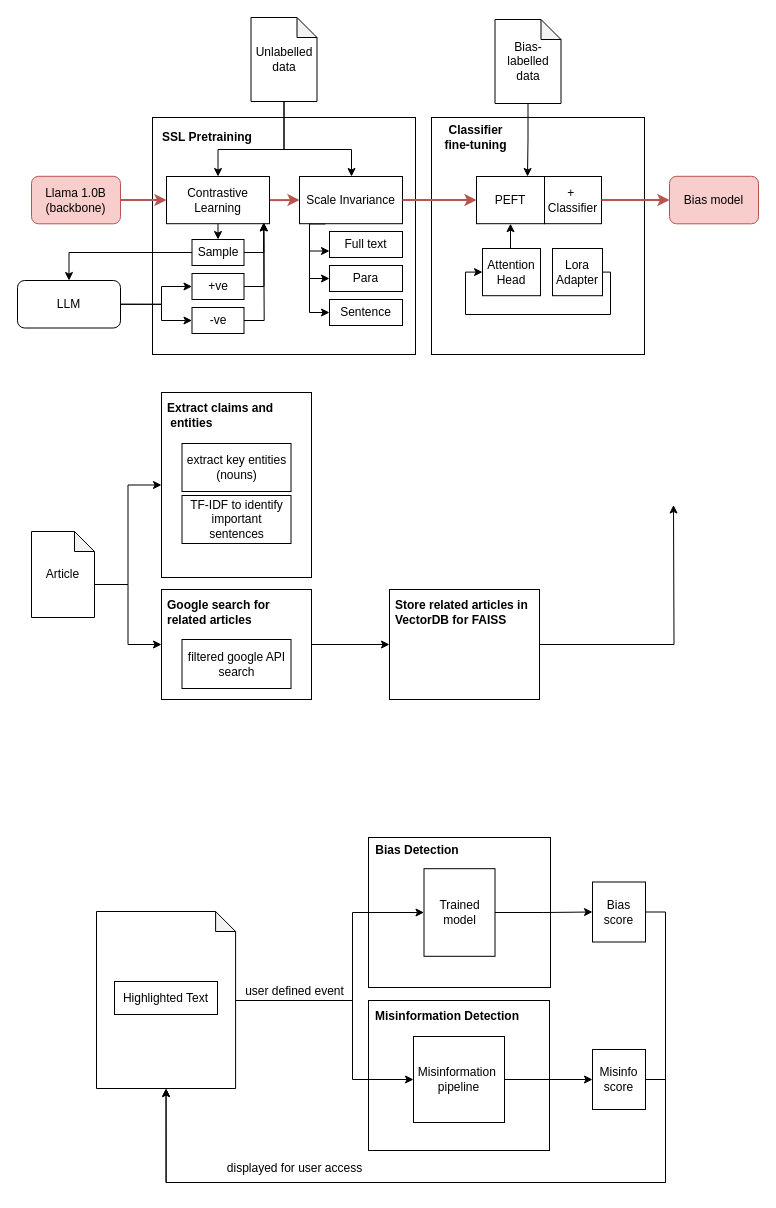
The draw.io diagram Architecture.drawio in cvu-opensource/NTU-DLWeek2025, before the edit. Source tidied: cells renumbered, new cells numbered last; positions are measured from the earlier drawing's top-left corner, leaving out a move shared by most shapes. Both pictures are drawn from the tidied source at 100%, with x=0, y=0 at pixel (17, 17).
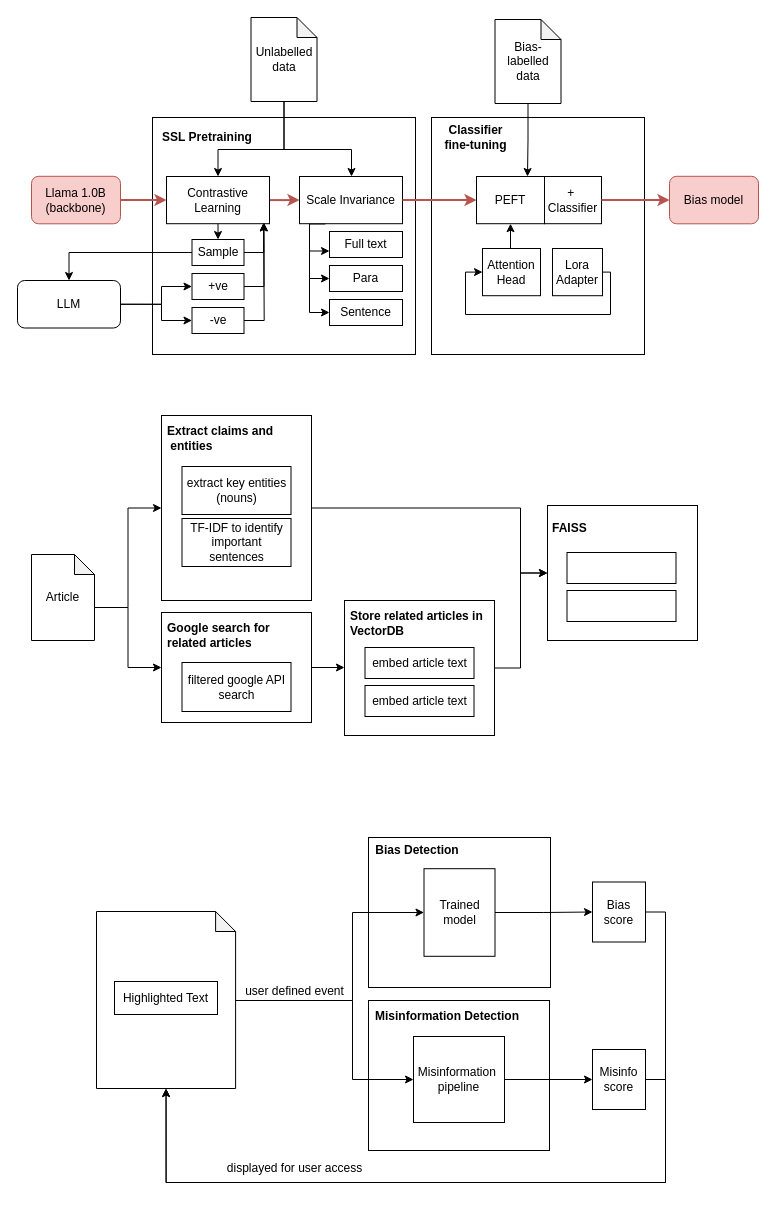
Above is the later version.

The change refers to these unchanged cells:
```xml
<mxCell id="67" style="rounded=0;whiteSpace=wrap;html=1;" parent="66" vertex="1">
  <mxGeometry width="150" height="185" as="geometry" />
</mxCell>
<mxCell id="71" style="group;" parent="1" vertex="1">
  <mxGeometry x="144" y="572" width="150" height="225" as="geometry" />
</mxCell>
```

The edit, as a diff of the source:
```diff
@@
     <mxCell id="66" style="group;" parent="1" vertex="1">
-      <mxGeometry x="144" y="375" width="150" height="185" as="geometry" />
+      <mxGeometry x="144" y="398" width="150" height="185" as="geometry" />
     </mxCell>
@@
     <mxCell id="72" style="rounded=0;whiteSpace=wrap;html=1;" parent="71" vertex="1">
-      <mxGeometry width="150" height="110" as="geometry" />
+      <mxGeometry y="23" width="150" height="110" as="geometry" />
     </mxCell>
     <mxCell id="73" value="&lt;span style=&quot;text-wrap-mode: nowrap;&quot;&gt;&lt;b&gt;Google search for&amp;nbsp;&lt;/b&gt;&lt;/span&gt;&lt;div&gt;&lt;span style=&quot;text-wrap-mode: nowrap;&quot;&gt;&lt;b&gt;related articles&amp;nbsp;&lt;/b&gt;&lt;/span&gt;&lt;/div&gt;" style="text;html=1;align=left;verticalAlign=middle;whiteSpace=wrap;rounded=0;fontStyle=0;" parent="71" vertex="1">
-      <mxGeometry x="4" y="3" width="142" height="40" as="geometry" />
+      <mxGeometry x="4" y="26" width="142" height="40" as="geometry" />
     </mxCell>
     <mxCell id="74" value="filtered google API search" style="rounded=0;whiteSpace=wrap;html=1;" parent="71" vertex="1">
-      <mxGeometry x="20.5" y="50" width="109" height="49" as="geometry" />
+      <mxGeometry x="20.5" y="73" width="109" height="49" as="geometry" />
     </mxCell>
     <mxCell id="75" style="group;" parent="1" vertex="1">
-      <mxGeometry x="14" y="514" width="63" height="86" as="geometry" />
+      <mxGeometry x="14" y="537" width="63" height="86" as="geometry" />
     </mxCell>
@@
     <mxCell id="79" style="group;" parent="1" vertex="1">
-      <mxGeometry x="372" y="572" width="150" height="225" as="geometry" />
+      <mxGeometry x="372" y="560" width="150" height="225" as="geometry" />
     </mxCell>
     <mxCell id="80" style="rounded=0;whiteSpace=wrap;html=1;" parent="79" vertex="1">
-      <mxGeometry width="150" height="110" as="geometry" />
+      <mxGeometry x="-45" y="23" width="150" height="135" as="geometry" />
     </mxCell>
-    <mxCell id="81" value="&lt;span style=&quot;text-wrap-mode: nowrap;&quot;&gt;&lt;b&gt;Store related articles in&amp;nbsp;&lt;/b&gt;&lt;/span&gt;&lt;div&gt;&lt;span style=&quot;text-wrap-mode: nowrap;&quot;&gt;&lt;b&gt;VectorDB for FAISS&lt;/b&gt;&lt;/span&gt;&lt;/div&gt;" style="text;html=1;align=left;verticalAlign=middle;whiteSpace=wrap;rounded=0;fontStyle=0;" parent="79" vertex="1">
-      <mxGeometry x="4" y="3" width="142" height="40" as="geometry" />
+    <mxCell id="81" value="&lt;span style=&quot;text-wrap-mode: nowrap;&quot;&gt;&lt;b&gt;Store related articles in&amp;nbsp;&lt;/b&gt;&lt;/span&gt;&lt;div&gt;&lt;span style=&quot;text-wrap-mode: nowrap;&quot;&gt;&lt;b&gt;VectorDB&lt;/b&gt;&lt;/span&gt;&lt;/div&gt;" style="text;html=1;align=left;verticalAlign=middle;whiteSpace=wrap;rounded=0;fontStyle=0;" parent="79" vertex="1">
+      <mxGeometry x="-41" y="26" width="142" height="40" as="geometry" />
     </mxCell>
+    <mxCell id="84" value="embed article text" style="rounded=0;whiteSpace=wrap;html=1;" parent="79" vertex="1">
+      <mxGeometry x="-24.5" y="70" width="109" height="31" as="geometry" />
+    </mxCell>
+    <mxCell id="85" value="embed article text" style="rounded=0;whiteSpace=wrap;html=1;" parent="79" vertex="1">
+      <mxGeometry x="-24.5" y="108" width="109" height="31" as="geometry" />
+    </mxCell>
@@
-    <mxCell id="83" style="edgeStyle=orthogonalEdgeStyle;rounded=0;jettySize=auto;html=1;exitX=1;exitY=0.5;exitDx=0;exitDy=0;entryX=0;entryY=0.5;entryDx=0;entryDy=0;" parent="1" edge="1" source="80">
+    <mxCell id="83" style="edgeStyle=orthogonalEdgeStyle;rounded=0;jettySize=auto;html=1;exitX=1;exitY=0.5;exitDx=0;exitDy=0;entryX=0;entryY=0.5;entryDx=0;entryDy=0;" parent="1" edge="1" source="80" target="87">
       <mxGeometry relative="1" as="geometry">
-        <mxPoint x="656" y="487.5" as="targetPoint" />
+        <Array as="points">
+          <mxPoint x="503" y="651" />
+          <mxPoint x="503" y="556" />
+        </Array>
       </mxGeometry>
     </mxCell>
+    <mxCell id="86" style="group;" parent="1" vertex="1">
+      <mxGeometry x="530" y="488" width="150" height="225" as="geometry" />
+    </mxCell>
+    <mxCell id="87" style="rounded=0;whiteSpace=wrap;html=1;" parent="86" vertex="1">
+      <mxGeometry width="150" height="135" as="geometry" />
+    </mxCell>
+    <mxCell id="88" value="&lt;span style=&quot;text-wrap-mode: nowrap;&quot;&gt;&lt;b&gt;FAISS&amp;nbsp;&lt;/b&gt;&lt;/span&gt;" style="text;html=1;align=left;verticalAlign=middle;whiteSpace=wrap;rounded=0;fontStyle=0;" parent="86" vertex="1">
+      <mxGeometry x="3" y="3" width="142" height="40" as="geometry" />
+    </mxCell>
+    <mxCell id="89" style="rounded=0;whiteSpace=wrap;html=1;" parent="86" vertex="1">
+      <mxGeometry x="19.5" y="47" width="109" height="31" as="geometry" />
+    </mxCell>
+    <mxCell id="90" style="rounded=0;whiteSpace=wrap;html=1;" parent="86" vertex="1">
+      <mxGeometry x="19.5" y="85" width="109" height="31" as="geometry" />
+    </mxCell>
+    <mxCell id="91" style="edgeStyle=orthogonalEdgeStyle;rounded=0;jettySize=auto;html=1;exitX=1;exitY=0.5;exitDx=0;exitDy=0;entryX=0;entryY=0.5;entryDx=0;entryDy=0;" parent="1" edge="1" source="67" target="87">
+      <mxGeometry relative="1" as="geometry">
+        <Array as="points">
+          <mxPoint x="503" y="491" />
+          <mxPoint x="503" y="556" />
+        </Array>
+      </mxGeometry>
+    </mxCell>
```
